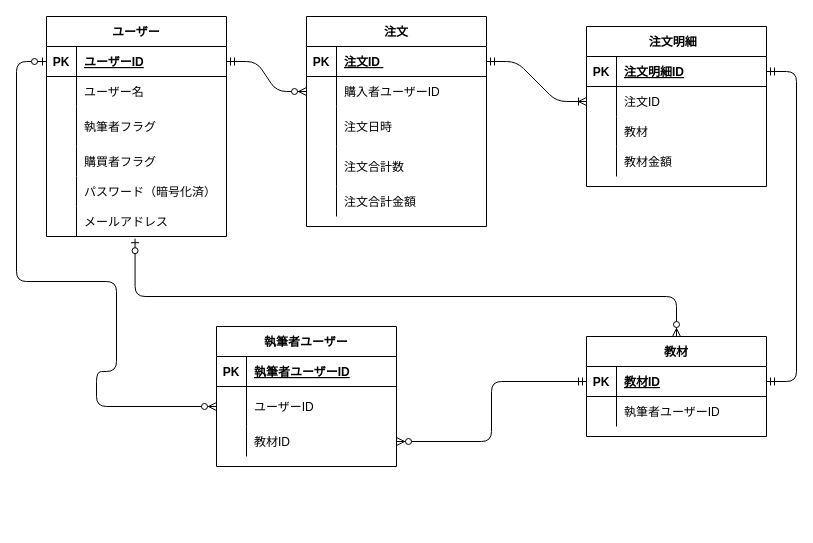
Earlier version of the draw.io diagram page "Page-2" (2 of 2) of typingX.drawio (H-hidetaka/typingX). Source tidied: cells renumbered, new cells numbered last; positions are measured from the earlier drawing's top-left corner, leaving out a move shared by most shapes. Both pictures are drawn from the tidied source at 100%, with x=0, y=0 at pixel (16, 16).
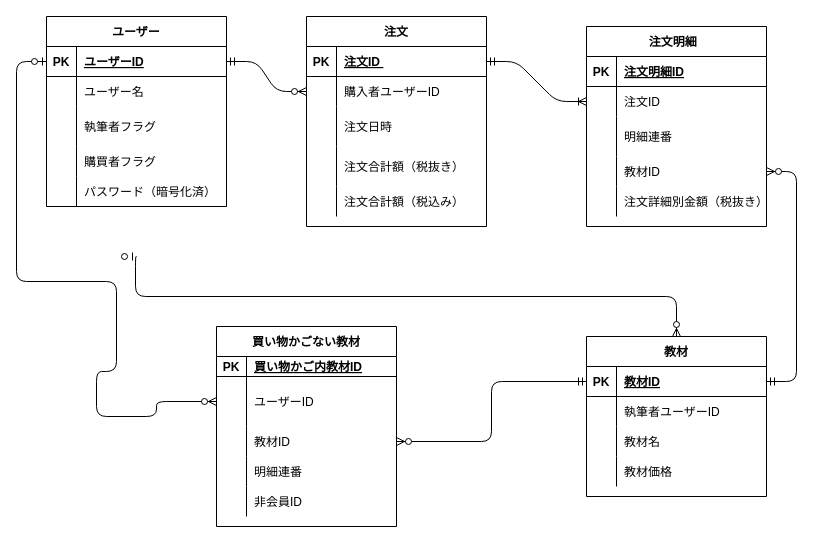
The same diagram, later.

Unchanged cells that the change refers to:
```xml
<mxCell id="3" style="shape=partialRectangle;fillColor=none;top=0;left=0;bottom=1;right=0;points=[[0,0.5],[1,0.5]];portConstraint=eastwest;" parent="2" vertex="1">
  <mxGeometry y="30" width="180" height="30" as="geometry" />
</mxCell>
<mxCell id="31" style="shape=partialRectangle;fillColor=none;top=0;left=0;bottom=0;right=0;" parent="21" vertex="1">
  <mxGeometry y="130" width="180" height="40" as="geometry" />
</mxCell>
<mxCell id="34" style="shape=partialRectangle;fillColor=none;top=0;left=0;bottom=0;right=0;" parent="21" vertex="1">
  <mxGeometry y="170" width="180" height="30" as="geometry" />
</mxCell>
<mxCell id="39" style="shape=partialRectangle;fillColor=none;top=0;left=0;bottom=1;right=0;points=[[0,0.5],[1,0.5]];portConstraint=eastwest;" parent="38" vertex="1">
  <mxGeometry y="30" width="180" height="30" as="geometry" />
</mxCell>
<mxCell id="62" style="shape=partialRectangle;fillColor=none;top=0;left=0;bottom=1;right=0;points=[[0,0.5],[1,0.5]];portConstraint=eastwest;" parent="61" vertex="1">
  <mxGeometry y="30" width="180" height="30" as="geometry" />
</mxCell>
```

The edit, as a diff of the source:
```diff
@@
     <mxCell id="2" value="ユーザー" style="shape=table;startSize=30;childLayout=tableLayout;rowLines=0;fontStyle=1;align=center;" parent="1" vertex="1">
-      <mxGeometry x="30" width="180" height="220" as="geometry" />
+      <mxGeometry x="30" width="180" height="190" as="geometry" />
     </mxCell>
@@
-    <mxCell id="18" style="shape=partialRectangle;fillColor=none;top=0;left=0;bottom=0;right=0;points=[[0,0.5],[1,0.5]];portConstraint=eastwest;" parent="2" vertex="1">
-      <mxGeometry y="190" width="180" height="30" as="geometry" />
-    </mxCell>
-    <mxCell id="19" style="shape=partialRectangle;fillColor=none;top=0;left=0;bottom=0;right=0;overflow=hidden;" parent="18" vertex="1">
-      <mxGeometry width="30" height="30" as="geometry" />
-    </mxCell>
-    <mxCell id="20" value="メールアドレス" style="shape=partialRectangle;fillColor=none;top=0;left=0;bottom=0;right=0;align=left;spacingLeft=6;overflow=hidden;" parent="18" vertex="1">
-      <mxGeometry x="30" width="150" height="30" as="geometry" />
-    </mxCell>
@@
-    <mxCell id="33" value="注文合計数" style="shape=partialRectangle;fillColor=none;top=0;left=0;bottom=0;right=0;align=left;spacingLeft=6;overflow=hidden;" parent="31" vertex="1">
+    <mxCell id="33" value="注文合計額（税抜き）" style="shape=partialRectangle;fillColor=none;top=0;left=0;bottom=0;right=0;align=left;spacingLeft=6;overflow=hidden;" parent="31" vertex="1">
       <mxGeometry x="30" width="150" height="40" as="geometry" />
     </mxCell>
@@
-    <mxCell id="36" value="注文合計金額" style="shape=partialRectangle;fillColor=none;top=0;left=0;bottom=0;right=0;align=left;spacingLeft=6;overflow=hidden;" parent="34" vertex="1">
+    <mxCell id="36" value="注文合計額（税込み）" style="shape=partialRectangle;fillColor=none;top=0;left=0;bottom=0;right=0;align=left;spacingLeft=6;overflow=hidden;" parent="34" vertex="1">
       <mxGeometry x="30" width="150" height="30" as="geometry" />
     </mxCell>
@@
     <mxCell id="38" value="注文明細  " style="shape=table;startSize=30;childLayout=tableLayout;rowLines=0;fontStyle=1;align=center;" parent="1" vertex="1">
-      <mxGeometry x="570" y="10" width="180" height="160" as="geometry" />
+      <mxGeometry x="570" y="10" width="180" height="200" as="geometry" />
     </mxCell>
@@
     <mxCell id="45" style="shape=partialRectangle;fillColor=none;top=0;left=0;bottom=0;right=0;" parent="38" vertex="1">
-      <mxGeometry y="90" width="180" height="30" as="geometry" />
+      <mxGeometry y="90" width="180" height="40" as="geometry" />
     </mxCell>
     <mxCell id="46" style="shape=partialRectangle;fillColor=none;top=0;left=0;bottom=0;right=0;overflow=hidden;" parent="45" vertex="1">
-      <mxGeometry width="30" height="30" as="geometry" />
+      <mxGeometry width="30" height="40" as="geometry" />
     </mxCell>
-    <mxCell id="47" value="教材" style="shape=partialRectangle;fillColor=none;top=0;left=0;bottom=0;right=0;align=left;spacingLeft=6;overflow=hidden;" parent="45" vertex="1">
-      <mxGeometry x="30" width="150" height="30" as="geometry" />
+    <mxCell id="47" value="明細連番" style="shape=partialRectangle;fillColor=none;top=0;left=0;bottom=0;right=0;align=left;spacingLeft=6;overflow=hidden;" parent="45" vertex="1">
+      <mxGeometry x="30" width="150" height="40" as="geometry" />
     </mxCell>
     <mxCell id="48" style="shape=partialRectangle;fillColor=none;top=0;left=0;bottom=0;right=0;points=[[0,0.5],[1,0.5]];portConstraint=eastwest;" parent="38" vertex="1">
-      <mxGeometry y="120" width="180" height="30" as="geometry" />
+      <mxGeometry y="130" width="180" height="30" as="geometry" />
     </mxCell>
@@
-    <mxCell id="50" value="教材金額" style="shape=partialRectangle;fillColor=none;top=0;left=0;bottom=0;right=0;align=left;spacingLeft=6;overflow=hidden;" parent="48" vertex="1">
+    <mxCell id="50" value="教材ID" style="shape=partialRectangle;fillColor=none;top=0;left=0;bottom=0;right=0;align=left;spacingLeft=6;overflow=hidden;" parent="48" vertex="1">
       <mxGeometry x="30" width="150" height="30" as="geometry" />
     </mxCell>
+    <mxCell id="73" style="shape=partialRectangle;fillColor=none;top=0;left=0;bottom=0;right=0;" parent="38" vertex="1">
+      <mxGeometry y="160" width="180" height="30" as="geometry" />
+    </mxCell>
+    <mxCell id="74" style="shape=partialRectangle;fillColor=none;top=0;left=0;bottom=0;right=0;overflow=hidden;" parent="73" vertex="1">
+      <mxGeometry width="30" height="30" as="geometry" />
+    </mxCell>
+    <mxCell id="75" value="注文詳細別金額（税抜き）" style="shape=partialRectangle;fillColor=none;top=0;left=0;bottom=0;right=0;align=left;spacingLeft=6;overflow=hidden;" parent="73" vertex="1">
+      <mxGeometry x="30" width="150" height="30" as="geometry" />
+    </mxCell>
-    <mxCell id="51" value="執筆者ユーザー" style="shape=table;startSize=30;childLayout=tableLayout;rowLines=0;fontStyle=1;align=center;" parent="1" vertex="1">
-      <mxGeometry x="200" y="310" width="180" height="140" as="geometry" />
+    <mxCell id="51" value="買い物かごない教材" style="shape=table;startSize=30;childLayout=tableLayout;rowLines=0;fontStyle=1;align=center;" parent="1" vertex="1">
+      <mxGeometry x="200" y="310" width="180" height="200" as="geometry" />
     </mxCell>
     <mxCell id="52" style="shape=partialRectangle;fillColor=none;top=0;left=0;bottom=1;right=0;" parent="51" vertex="1">
-      <mxGeometry y="30" width="180" height="30" as="geometry" />
+      <mxGeometry y="30" width="180" height="20" as="geometry" />
     </mxCell>
     <mxCell id="53" value="PK" style="shape=partialRectangle;fillColor=none;top=0;left=0;bottom=0;right=0;fontStyle=1;overflow=hidden;" parent="52" vertex="1">
-      <mxGeometry width="30" height="30" as="geometry" />
+      <mxGeometry width="30" height="20" as="geometry" />
     </mxCell>
-    <mxCell id="54" value="執筆者ユーザーID" style="shape=partialRectangle;fillColor=none;top=0;left=0;bottom=0;right=0;align=left;spacingLeft=6;fontStyle=5;overflow=hidden;" parent="52" vertex="1">
-      <mxGeometry x="30" width="150" height="30" as="geometry" />
+    <mxCell id="54" value="買い物かご内教材ID" style="shape=partialRectangle;fillColor=none;top=0;left=0;bottom=0;right=0;align=left;spacingLeft=6;fontStyle=5;overflow=hidden;" parent="52" vertex="1">
+      <mxGeometry x="30" width="150" height="20" as="geometry" />
     </mxCell>
     <mxCell id="55" style="shape=partialRectangle;fillColor=none;top=0;left=0;bottom=0;right=0;points=[[0,0.5],[1,0.5]];portConstraint=eastwest;" parent="51" vertex="1">
-      <mxGeometry y="60" width="180" height="40" as="geometry" />
+      <mxGeometry y="50" width="180" height="50" as="geometry" />
     </mxCell>
     <mxCell id="56" style="shape=partialRectangle;fillColor=none;top=0;left=0;bottom=0;right=0;overflow=hidden;" parent="55" vertex="1">
-      <mxGeometry width="30" height="40" as="geometry" />
+      <mxGeometry width="30" height="50" as="geometry" />
     </mxCell>
     <mxCell id="57" value="ユーザーID" style="shape=partialRectangle;fillColor=none;top=0;left=0;bottom=0;right=0;align=left;spacingLeft=6;overflow=hidden;" parent="55" vertex="1">
-      <mxGeometry x="30" width="150" height="40" as="geometry" />
+      <mxGeometry x="30" width="150" height="50" as="geometry" />
     </mxCell>
@@
+    <mxCell id="76" style="shape=partialRectangle;fillColor=none;top=0;left=0;bottom=0;right=0;" parent="51" vertex="1">
+      <mxGeometry y="130" width="180" height="30" as="geometry" />
+    </mxCell>
+    <mxCell id="77" style="shape=partialRectangle;fillColor=none;top=0;left=0;bottom=0;right=0;overflow=hidden;" parent="76" vertex="1">
+      <mxGeometry width="30" height="30" as="geometry" />
+    </mxCell>
+    <mxCell id="78" value="明細連番" style="shape=partialRectangle;fillColor=none;top=0;left=0;bottom=0;right=0;align=left;spacingLeft=6;overflow=hidden;" parent="76" vertex="1">
+      <mxGeometry x="30" width="150" height="30" as="geometry" />
+    </mxCell>
+    <mxCell id="79" style="shape=partialRectangle;fillColor=none;top=0;left=0;bottom=0;right=0;" parent="51" vertex="1">
+      <mxGeometry y="160" width="180" height="30" as="geometry" />
+    </mxCell>
+    <mxCell id="80" style="shape=partialRectangle;fillColor=none;top=0;left=0;bottom=0;right=0;overflow=hidden;" parent="79" vertex="1">
+      <mxGeometry width="30" height="30" as="geometry" />
+    </mxCell>
+    <mxCell id="81" value="非会員ID" style="shape=partialRectangle;fillColor=none;top=0;left=0;bottom=0;right=0;align=left;spacingLeft=6;overflow=hidden;" parent="79" vertex="1">
+      <mxGeometry x="30" width="150" height="30" as="geometry" />
+    </mxCell>
     <mxCell id="61" value="教材" style="shape=table;startSize=30;childLayout=tableLayout;rowLines=0;fontStyle=1;align=center;" parent="1" vertex="1">
-      <mxGeometry x="570" y="320" width="180" height="100" as="geometry" />
+      <mxGeometry x="570" y="320" width="180" height="160" as="geometry" />
     </mxCell>
@@
+    <mxCell id="82" style="shape=partialRectangle;fillColor=none;top=0;left=0;bottom=0;right=0;" parent="61" vertex="1">
+      <mxGeometry y="90" width="180" height="30" as="geometry" />
+    </mxCell>
+    <mxCell id="83" style="shape=partialRectangle;fillColor=none;top=0;left=0;bottom=0;right=0;overflow=hidden;" parent="82" vertex="1">
+      <mxGeometry width="30" height="30" as="geometry" />
+    </mxCell>
+    <mxCell id="84" value="教材名" style="shape=partialRectangle;fillColor=none;top=0;left=0;bottom=0;right=0;align=left;spacingLeft=6;overflow=hidden;" parent="82" vertex="1">
+      <mxGeometry x="30" width="150" height="30" as="geometry" />
+    </mxCell>
+    <mxCell id="85" style="shape=partialRectangle;fillColor=none;top=0;left=0;bottom=0;right=0;" parent="61" vertex="1">
+      <mxGeometry y="120" width="180" height="30" as="geometry" />
+    </mxCell>
+    <mxCell id="86" style="shape=partialRectangle;fillColor=none;top=0;left=0;bottom=0;right=0;overflow=hidden;" parent="85" vertex="1">
+      <mxGeometry width="30" height="30" as="geometry" />
+    </mxCell>
+    <mxCell id="87" value="教材価格" style="shape=partialRectangle;fillColor=none;top=0;left=0;bottom=0;right=0;align=left;spacingLeft=6;overflow=hidden;" parent="85" vertex="1">
+      <mxGeometry x="30" width="150" height="30" as="geometry" />
+    </mxCell>
@@
     <mxCell id="69" style="edgeStyle=orthogonalEdgeStyle;fontSize=12;html=1;endArrow=ERzeroToMany;startArrow=ERzeroToOne;exitX=0;exitY=0.5;exitDx=0;exitDy=0;startFill=1;entryX=0;entryY=0.5;entryDx=0;entryDy=0;endFill=1;" parent="1" edge="1" source="3" target="55">
       <mxGeometry relative="1" as="geometry">
         <Array as="points">
           <mxPoint y="45" />
           <mxPoint y="265" />
           <mxPoint x="100" y="265" />
           <mxPoint x="100" y="355" />
           <mxPoint x="80" y="355" />
-          <mxPoint x="80" y="390" />
+          <mxPoint x="80" y="400" />
+          <mxPoint x="140" y="400" />
+          <mxPoint x="140" y="385" />
         </Array>
       </mxGeometry>
     </mxCell>
-    <mxCell id="70" style="edgeStyle=entityRelationEdgeStyle;fontSize=12;html=1;endArrow=ERmandOne;startArrow=ERmandOne;entryX=1;entryY=0.5;entryDx=0;entryDy=0;exitX=1;exitY=0.5;exitDx=0;exitDy=0;" parent="1" edge="1" source="62" target="39">
+    <mxCell id="70" style="edgeStyle=entityRelationEdgeStyle;fontSize=12;html=1;endArrow=ERzeroToMany;startArrow=ERmandOne;entryX=1;entryY=0.5;entryDx=0;entryDy=0;exitX=1;exitY=0.5;exitDx=0;exitDy=0;startFill=0;endFill=1;" parent="1" edge="1" source="62" target="48">
       <mxGeometry relative="1" as="geometry" />
     </mxCell>
@@
-    <mxCell id="72" style="edgeStyle=orthogonalEdgeStyle;fontSize=12;html=1;endArrow=ERzeroToMany;startArrow=ERzeroToOne;entryX=0.5;entryY=0;entryDx=0;entryDy=0;exitX=0.492;exitY=1.073;exitDx=0;exitDy=0;exitPerimeter=0;" parent="1" edge="1" source="18" target="61">
+    <mxCell id="72" style="edgeStyle=orthogonalEdgeStyle;fontSize=12;html=1;endArrow=ERzeroToMany;startArrow=ERzeroToOne;entryX=0.5;entryY=0;entryDx=0;entryDy=0;exitX=0.492;exitY=1.073;exitDx=0;exitDy=0;exitPerimeter=0;" parent="1" edge="1" target="61">
       <mxGeometry relative="1" as="geometry">
+        <mxPoint x="120" y="240" as="sourcePoint" />
         <Array as="points">
           <mxPoint x="119" y="280" />
           <mxPoint x="660" y="280" />
         </Array>
       </mxGeometry>
     </mxCell>
```
